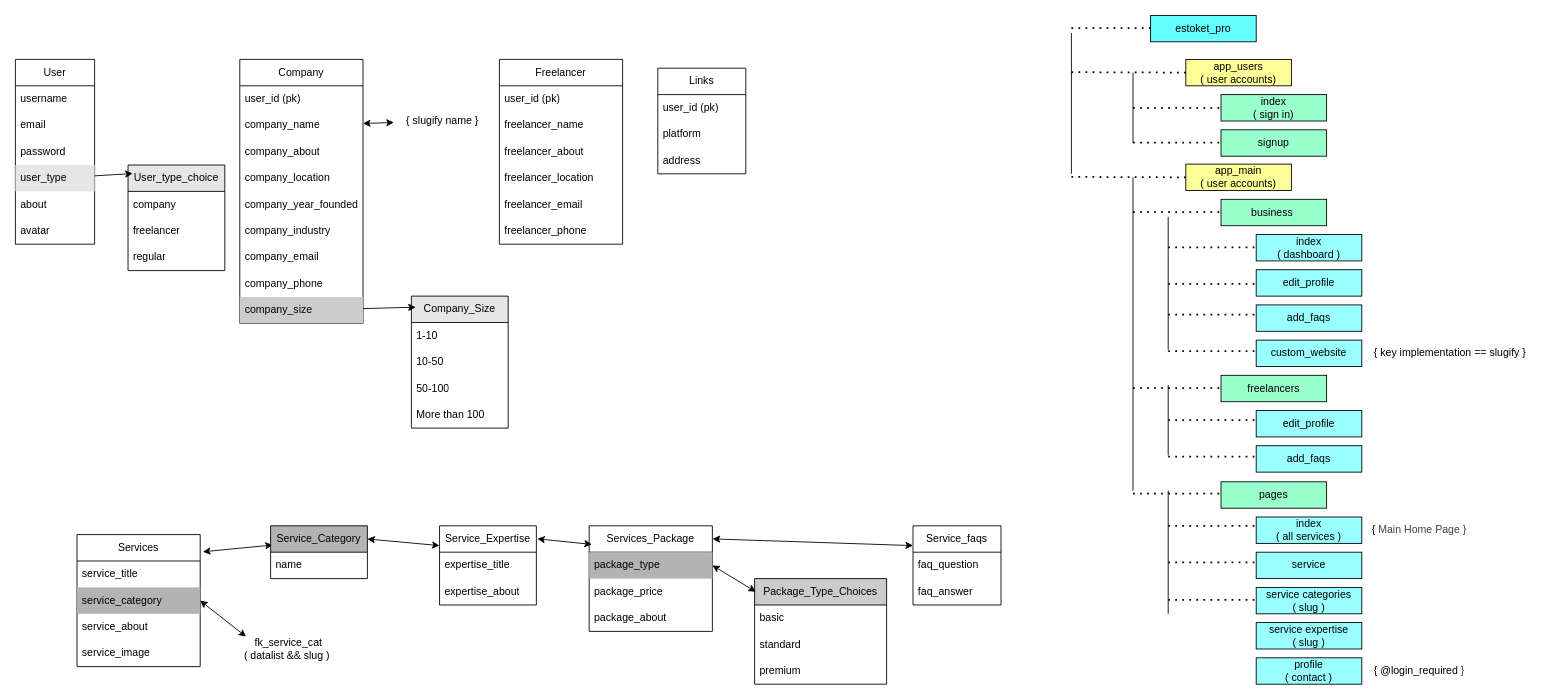
I-AGBLE/estoket_pro keeps this draw.io diagram as z_proto.drawio. Above is the earlier version. Source tidied: cells renumbered, new cells numbered last; positions are measured from the earlier drawing's top-left corner, leaving out a move shared by most shapes. Both pictures are drawn from the tidied source at 88%, with x=0, y=0 at pixel (15, 15).
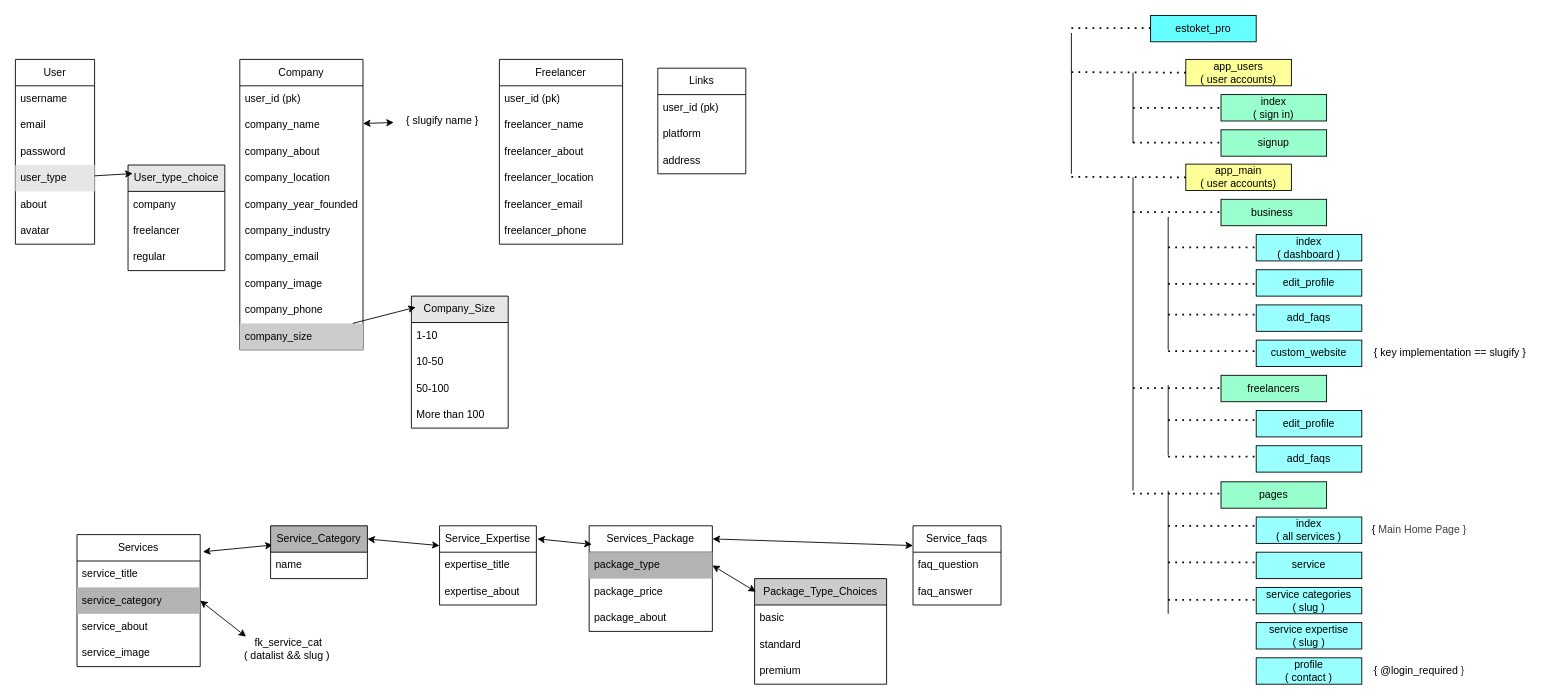
Above is the later version.

The edit, as a diff of the source:
```diff
@@
     <mxCell id="44" value="Company" style="swimlane;fontStyle=0;horizontal=1;startSize=30;whiteSpace=wrap;html=1;" parent="1" vertex="1">
-      <mxGeometry x="255" y="50" width="140" height="300" as="geometry" />
+      <mxGeometry x="255" y="50" width="140" height="330" as="geometry" />
     </mxCell>
@@
+    <mxCell id="119" value="company_image" style="text;strokeColor=none;fillColor=none;align=left;verticalAlign=middle;spacingLeft=4;spacingRight=4;overflow=hidden;whiteSpace=wrap;html=1;" parent="44" vertex="1">
+      <mxGeometry y="240" width="140" height="30" as="geometry" />
+    </mxCell>
     <mxCell id="52" value="company_phone" style="text;strokeColor=none;fillColor=none;align=left;verticalAlign=middle;spacingLeft=4;spacingRight=4;overflow=hidden;whiteSpace=wrap;html=1;" parent="44" vertex="1">
-      <mxGeometry y="240" width="140" height="30" as="geometry" />
+      <mxGeometry y="270" width="140" height="30" as="geometry" />
     </mxCell>
     <mxCell id="53" value="company_size" style="text;strokeColor=none;fillColor=#CCCCCC;align=left;verticalAlign=middle;spacingLeft=4;spacingRight=4;overflow=hidden;points=[[0,0.5],[1,0.5]];portConstraint=eastwest;whiteSpace=wrap;html=1;" parent="44" vertex="1">
-      <mxGeometry y="270" width="140" height="30" as="geometry" />
+      <mxGeometry y="300" width="140" height="30" as="geometry" />
     </mxCell>
```
